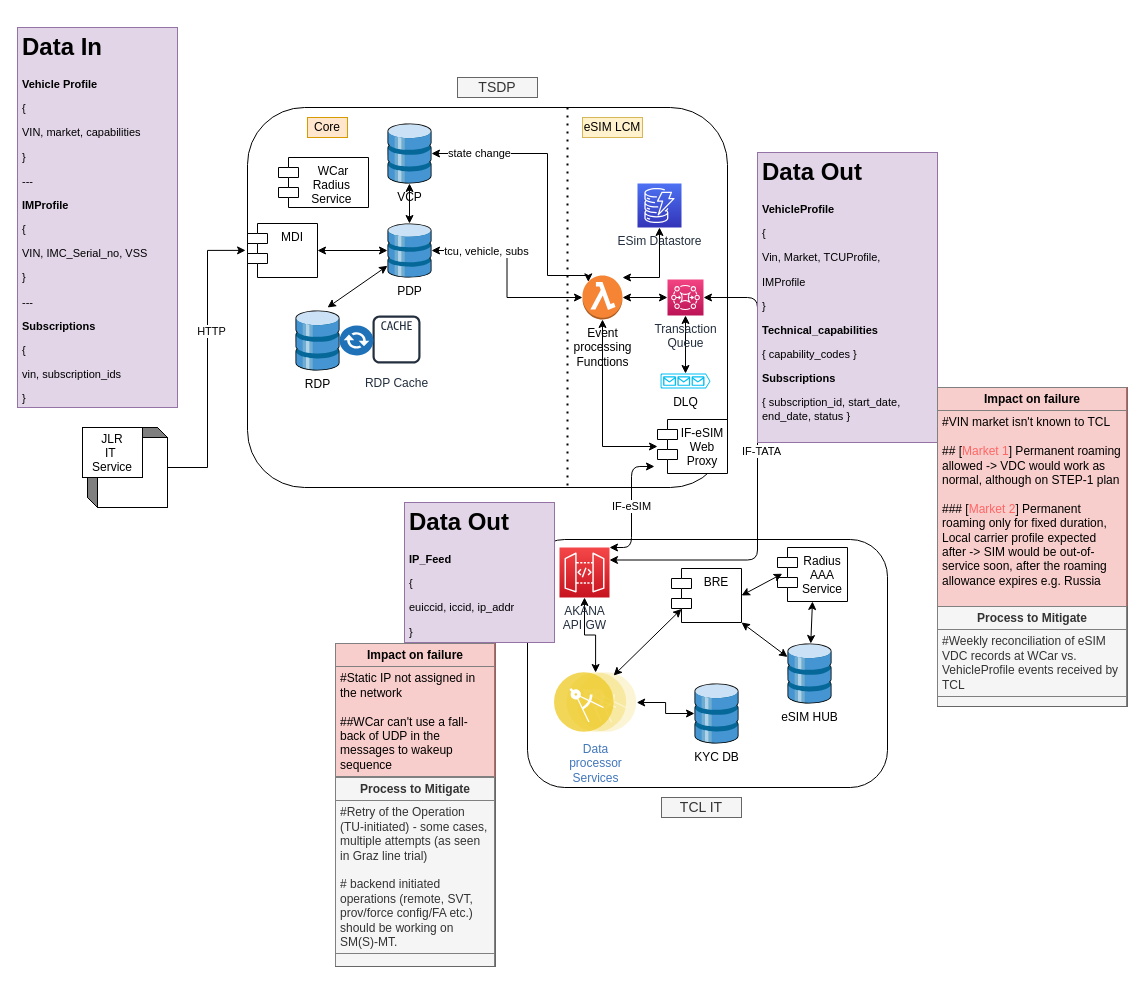
subhachat/CodeKata keeps this draw.io diagram as page "EoL - ABS" (4 of 12) of src/main/resources/VDC_eSIM_dataflow_WC_TCL.drawio. Above is the earlier version. Source tidied: cells renumbered, new cells numbered last; positions are measured from the earlier drawing's top-left corner, leaving out a move shared by most shapes. Both pictures are drawn from the tidied source at 100%, with x=0, y=0 at pixel (17, 27).
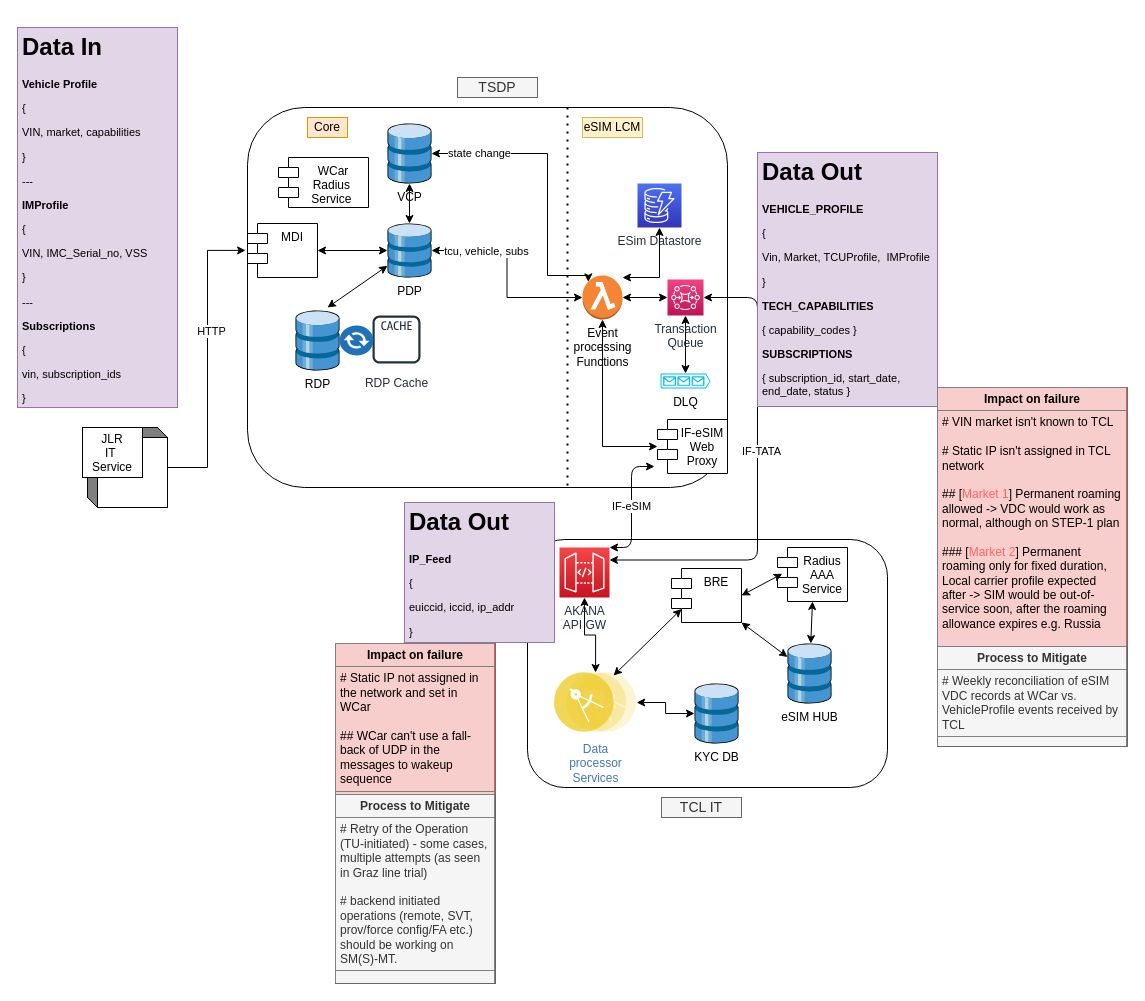
After the change.

Change to the diagram source:
```diff
@@
-    <mxCell id="50" value="&lt;h1&gt;Data Out&lt;/h1&gt;&lt;p style=&quot;font-size: 11px&quot;&gt;&lt;font style=&quot;font-size: 11px&quot;&gt;&lt;b&gt;VehicleProfile&lt;/b&gt;&lt;/font&gt;&lt;/p&gt;&lt;p style=&quot;font-size: 11px&quot;&gt;&lt;font style=&quot;font-size: 11px&quot;&gt;{&amp;nbsp;&lt;/font&gt;&lt;/p&gt;&lt;p style=&quot;font-size: 11px&quot;&gt;Vin,&amp;nbsp;&lt;span&gt;Market,&amp;nbsp;&lt;/span&gt;&lt;span&gt;TCUProfile,&amp;nbsp;&amp;nbsp;&lt;/span&gt;&lt;/p&gt;&lt;p style=&quot;font-size: 11px&quot;&gt;IMProfile&lt;/p&gt;&lt;p style=&quot;font-size: 11px&quot;&gt;&lt;font style=&quot;font-size: 11px&quot;&gt;}&lt;/font&gt;&lt;/p&gt;&lt;p style=&quot;font-size: 11px&quot;&gt;&lt;font style=&quot;font-size: 11px&quot;&gt;&lt;b&gt;Technical_capabilities&lt;/b&gt;&lt;br&gt;&lt;/font&gt;&lt;/p&gt;&lt;p style=&quot;font-size: 11px&quot;&gt;&lt;font style=&quot;font-size: 11px&quot;&gt;{ capability_codes }&lt;/font&gt;&lt;/p&gt;&lt;p style=&quot;font-size: 11px&quot;&gt;&lt;font style=&quot;font-size: 11px&quot;&gt;&lt;b&gt;Subscriptions&lt;/b&gt;&lt;/font&gt;&lt;/p&gt;&lt;p style=&quot;font-size: 11px&quot;&gt;&lt;font style=&quot;font-size: 11px&quot;&gt;{ subscription_id, start_date, end_date, status&amp;nbsp;&lt;/font&gt;&lt;span&gt;}&lt;/span&gt;&lt;/p&gt;&lt;p&gt;&lt;br&gt;&lt;/p&gt;" style="text;html=1;strokeColor=#9673a6;fillColor=#e1d5e7;spacing=5;spacingTop=-20;whiteSpace=wrap;overflow=hidden;rounded=0;" parent="1" vertex="1">
-      <mxGeometry x="740" y="125" width="180" height="290" as="geometry" />
+    <mxCell id="50" value="&lt;h1&gt;Data Out&lt;/h1&gt;&lt;p style=&quot;font-size: 11px&quot;&gt;&lt;font style=&quot;font-size: 11px&quot;&gt;&lt;b&gt;VEHICLE_PROFILE&lt;/b&gt;&lt;/font&gt;&lt;/p&gt;&lt;p style=&quot;font-size: 11px&quot;&gt;&lt;font style=&quot;font-size: 11px&quot;&gt;{&amp;nbsp;&lt;/font&gt;&lt;/p&gt;&lt;p style=&quot;font-size: 11px&quot;&gt;Vin,&amp;nbsp;&lt;span&gt;Market,&amp;nbsp;&lt;/span&gt;&lt;span&gt;TCUProfile,&amp;nbsp;&amp;nbsp;&lt;/span&gt;&lt;span&gt;IMProfile&lt;/span&gt;&lt;/p&gt;&lt;p style=&quot;font-size: 11px&quot;&gt;&lt;font style=&quot;font-size: 11px&quot;&gt;}&lt;/font&gt;&lt;/p&gt;&lt;p style=&quot;font-size: 11px&quot;&gt;&lt;font style=&quot;font-size: 11px&quot;&gt;&lt;b&gt;TECH_CAPABILITIES&lt;/b&gt;&lt;br&gt;&lt;/font&gt;&lt;/p&gt;&lt;p style=&quot;font-size: 11px&quot;&gt;&lt;font style=&quot;font-size: 11px&quot;&gt;{ capability_codes }&lt;/font&gt;&lt;/p&gt;&lt;p style=&quot;font-size: 11px&quot;&gt;&lt;font style=&quot;font-size: 11px&quot;&gt;&lt;b&gt;SUBSCRIPTIONS&lt;/b&gt;&lt;/font&gt;&lt;/p&gt;&lt;p style=&quot;font-size: 11px&quot;&gt;&lt;font style=&quot;font-size: 11px&quot;&gt;{ subscription_id, start_date, end_date, status&amp;nbsp;&lt;/font&gt;&lt;span&gt;}&lt;/span&gt;&lt;/p&gt;&lt;p&gt;&lt;br&gt;&lt;/p&gt;" style="text;html=1;strokeColor=#9673a6;fillColor=#e1d5e7;spacing=5;spacingTop=-20;whiteSpace=wrap;overflow=hidden;rounded=0;" parent="1" vertex="1">
+      <mxGeometry x="740" y="125" width="180" height="254" as="geometry" />
     </mxCell>
@@
-    <mxCell id="54" value="&lt;table border=&quot;1&quot; width=&quot;100%&quot; cellpadding=&quot;4&quot; style=&quot;width: 100% ; height: 100% ; border-collapse: collapse&quot;&gt;&lt;tbody&gt;&lt;tr&gt;&lt;th align=&quot;center&quot;&gt;&lt;b&gt;Impact on failure&lt;/b&gt;&lt;/th&gt;&lt;/tr&gt;&lt;tr&gt;&lt;td&gt;#VIN market isn't known to TCL&lt;br&gt;&lt;br&gt;## [&lt;font color=&quot;#ff6666&quot;&gt;Market 1&lt;/font&gt;] Permanent roaming allowed -&amp;gt; VDC would work as normal, although on STEP-1 plan&lt;br&gt;&lt;br&gt;### [&lt;font color=&quot;#ff6666&quot;&gt;Market 2&lt;/font&gt;] Permanent roaming only for fixed duration, Local carrier profile expected after -&amp;gt; SIM would be out-of-service soon, after the roaming allowance expires e.g. Russia&lt;br&gt;&lt;br&gt;&lt;/td&gt;&lt;/tr&gt;&lt;tr&gt;&lt;td&gt;&lt;br&gt;&lt;/td&gt;&lt;/tr&gt;&lt;/tbody&gt;&lt;/table&gt;" style="text;html=1;strokeColor=#b85450;fillColor=#f8cecc;overflow=fill;whiteSpace=wrap;" parent="1" vertex="1">
-      <mxGeometry x="920" y="360" width="190" height="219" as="geometry" />
+    <mxCell id="54" value="&lt;table border=&quot;1&quot; width=&quot;100%&quot; cellpadding=&quot;4&quot; style=&quot;width: 100% ; height: 100% ; border-collapse: collapse&quot;&gt;&lt;tbody&gt;&lt;tr&gt;&lt;th align=&quot;center&quot;&gt;&lt;b&gt;Impact on failure&lt;/b&gt;&lt;/th&gt;&lt;/tr&gt;&lt;tr&gt;&lt;td&gt;# VIN market isn't known to TCL&lt;br&gt;&lt;br&gt;# Static IP isn't assigned in TCL network&lt;br&gt;&lt;br&gt;## [&lt;font color=&quot;#ff6666&quot;&gt;Market 1&lt;/font&gt;] Permanent roaming allowed -&amp;gt; VDC would work as normal, although on STEP-1 plan&lt;br&gt;&lt;br&gt;### [&lt;font color=&quot;#ff6666&quot;&gt;Market 2&lt;/font&gt;] Permanent roaming only for fixed duration, Local carrier profile expected after -&amp;gt; SIM would be out-of-service soon, after the roaming allowance expires e.g. Russia&lt;br&gt;&lt;br&gt;&lt;/td&gt;&lt;/tr&gt;&lt;tr&gt;&lt;td&gt;&lt;br&gt;&lt;/td&gt;&lt;/tr&gt;&lt;/tbody&gt;&lt;/table&gt;" style="text;html=1;strokeColor=#b85450;fillColor=#f8cecc;overflow=fill;whiteSpace=wrap;" parent="1" vertex="1">
+      <mxGeometry x="920" y="360" width="190" height="259" as="geometry" />
     </mxCell>
-    <mxCell id="55" value="&lt;table border=&quot;1&quot; width=&quot;100%&quot; cellpadding=&quot;4&quot; style=&quot;width: 100% ; height: 100% ; border-collapse: collapse&quot;&gt;&lt;tbody&gt;&lt;tr&gt;&lt;th align=&quot;center&quot;&gt;&lt;b&gt;Impact on failure&lt;/b&gt;&lt;/th&gt;&lt;/tr&gt;&lt;tr&gt;&lt;td&gt;#Static IP not assigned in the network&lt;br&gt;&lt;br&gt;##WCar can't use a fall-back of UDP in the messages to wakeup sequence&lt;/td&gt;&lt;/tr&gt;&lt;tr&gt;&lt;td&gt;&lt;br&gt;&lt;/td&gt;&lt;/tr&gt;&lt;/tbody&gt;&lt;/table&gt;" style="text;html=1;strokeColor=#b85450;fillColor=#f8cecc;overflow=fill;whiteSpace=wrap;" parent="1" vertex="1">
-      <mxGeometry x="318" y="616" width="160" height="134" as="geometry" />
+    <mxCell id="55" value="&lt;table border=&quot;1&quot; width=&quot;100%&quot; cellpadding=&quot;4&quot; style=&quot;width: 100% ; height: 100% ; border-collapse: collapse&quot;&gt;&lt;tbody&gt;&lt;tr&gt;&lt;th align=&quot;center&quot;&gt;&lt;b&gt;Impact on failure&lt;/b&gt;&lt;/th&gt;&lt;/tr&gt;&lt;tr&gt;&lt;td&gt;# Static IP not assigned in the network and set in WCar&lt;br&gt;&lt;br&gt;## WCar can't use a fall-back of UDP in the messages to wakeup sequence&lt;/td&gt;&lt;/tr&gt;&lt;tr&gt;&lt;td&gt;&lt;br&gt;&lt;/td&gt;&lt;/tr&gt;&lt;/tbody&gt;&lt;/table&gt;" style="text;html=1;strokeColor=#b85450;fillColor=#f8cecc;overflow=fill;whiteSpace=wrap;" parent="1" vertex="1">
+      <mxGeometry x="318" y="616" width="160" height="153" as="geometry" />
     </mxCell>
-    <mxCell id="56" value="&lt;table border=&quot;1&quot; width=&quot;100%&quot; cellpadding=&quot;4&quot; style=&quot;width: 100% ; height: 100% ; border-collapse: collapse&quot;&gt;&lt;tbody&gt;&lt;tr&gt;&lt;th align=&quot;center&quot;&gt;Process to Mitigate&lt;/th&gt;&lt;/tr&gt;&lt;tr&gt;&lt;td&gt;#Weekly reconciliation of eSIM VDC records at WCar vs. VehicleProfile events received by TCL&lt;br&gt;&lt;/td&gt;&lt;/tr&gt;&lt;tr&gt;&lt;td&gt;&lt;br&gt;&lt;/td&gt;&lt;/tr&gt;&lt;/tbody&gt;&lt;/table&gt;" style="text;html=1;strokeColor=#666666;fillColor=#f5f5f5;overflow=fill;whiteSpace=wrap;fontColor=#333333;" parent="1" vertex="1">
-      <mxGeometry x="920" y="579" width="190" height="100" as="geometry" />
+    <mxCell id="56" value="&lt;table border=&quot;1&quot; width=&quot;100%&quot; cellpadding=&quot;4&quot; style=&quot;width: 100% ; height: 100% ; border-collapse: collapse&quot;&gt;&lt;tbody&gt;&lt;tr&gt;&lt;th align=&quot;center&quot;&gt;Process to Mitigate&lt;/th&gt;&lt;/tr&gt;&lt;tr&gt;&lt;td&gt;# Weekly reconciliation of eSIM VDC records at WCar vs. VehicleProfile events received by TCL&lt;br&gt;&lt;/td&gt;&lt;/tr&gt;&lt;tr&gt;&lt;td&gt;&lt;br&gt;&lt;/td&gt;&lt;/tr&gt;&lt;/tbody&gt;&lt;/table&gt;" style="text;html=1;strokeColor=#666666;fillColor=#f5f5f5;overflow=fill;whiteSpace=wrap;fontColor=#333333;" parent="1" vertex="1">
+      <mxGeometry x="920" y="619" width="190" height="100" as="geometry" />
     </mxCell>
-    <mxCell id="57" value="&lt;table border=&quot;1&quot; width=&quot;100%&quot; cellpadding=&quot;4&quot; style=&quot;width: 100% ; height: 100% ; border-collapse: collapse&quot;&gt;&lt;tbody&gt;&lt;tr&gt;&lt;th align=&quot;center&quot;&gt;Process to Mitigate&lt;/th&gt;&lt;/tr&gt;&lt;tr&gt;&lt;td&gt;#Retry of the Operation (TU-initiated) - some cases, multiple attempts (as seen in Graz line trial)&lt;br&gt;&lt;br&gt;# backend initiated operations (remote, SVT, prov/force config/FA etc.) should be working on SM(S)-MT.&lt;/td&gt;&lt;/tr&gt;&lt;tr&gt;&lt;td&gt;&lt;br&gt;&lt;/td&gt;&lt;/tr&gt;&lt;/tbody&gt;&lt;/table&gt;" style="text;html=1;strokeColor=#666666;fillColor=#f5f5f5;overflow=fill;whiteSpace=wrap;fontColor=#333333;" parent="1" vertex="1">
-      <mxGeometry x="318" y="750" width="160" height="189" as="geometry" />
+    <mxCell id="57" value="&lt;table border=&quot;1&quot; width=&quot;100%&quot; cellpadding=&quot;4&quot; style=&quot;width: 100% ; height: 100% ; border-collapse: collapse&quot;&gt;&lt;tbody&gt;&lt;tr&gt;&lt;th align=&quot;center&quot;&gt;Process to Mitigate&lt;/th&gt;&lt;/tr&gt;&lt;tr&gt;&lt;td&gt;# Retry of the Operation (TU-initiated) - some cases, multiple attempts (as seen in Graz line trial)&lt;br&gt;&lt;br&gt;# backend initiated operations (remote, SVT, prov/force config/FA etc.) should be working on SM(S)-MT.&lt;/td&gt;&lt;/tr&gt;&lt;tr&gt;&lt;td&gt;&lt;br&gt;&lt;/td&gt;&lt;/tr&gt;&lt;/tbody&gt;&lt;/table&gt;" style="text;html=1;strokeColor=#666666;fillColor=#f5f5f5;overflow=fill;whiteSpace=wrap;fontColor=#333333;" parent="1" vertex="1">
+      <mxGeometry x="318" y="767" width="160" height="189" as="geometry" />
     </mxCell>
```
